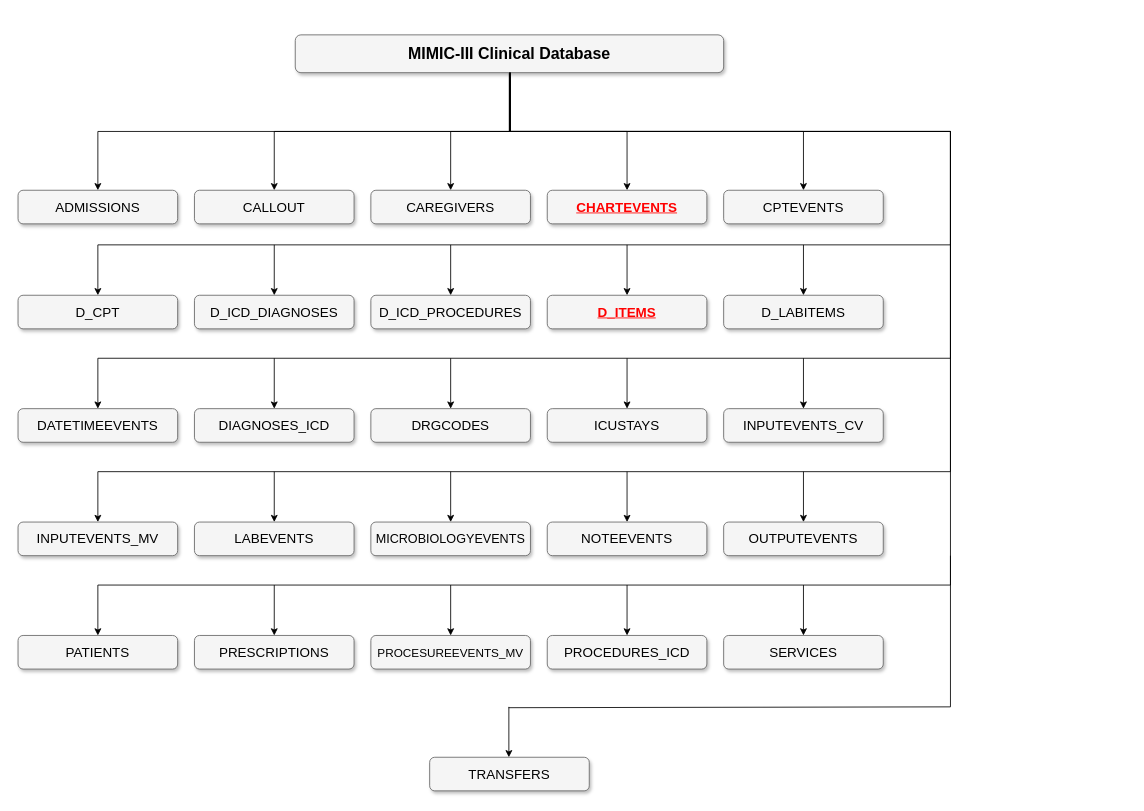
Above: clinical_db.drawio in INll/fyp-graphs (draw.io), before the change. Source tidied: cells renumbered, new cells numbered last; positions are measured from the earlier drawing's top-left corner, leaving out a move shared by most shapes. Both pictures are drawn from the tidied source at 84%, with x=0, y=0 at pixel (18, 34).
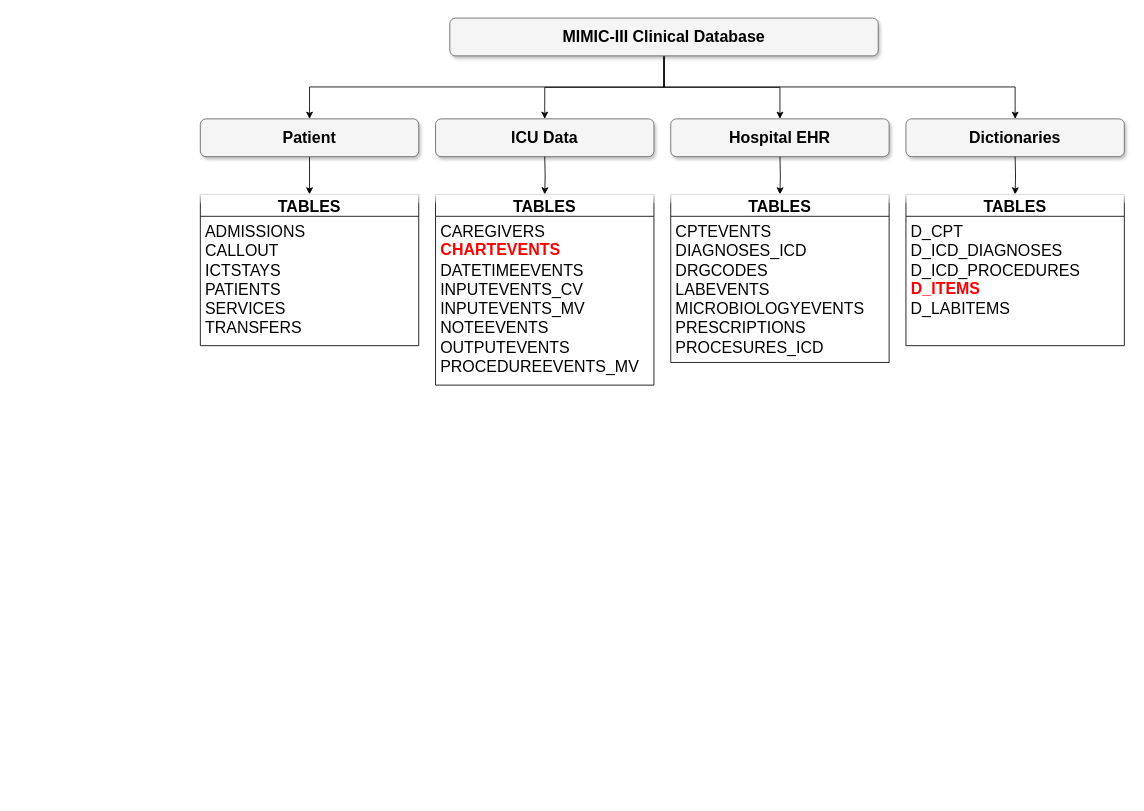
After the change.

What changed in the source:
```diff
@@
-    <mxCell id="2" style="edgeStyle=orthogonalEdgeStyle;rounded=0;jettySize=auto;html=1;entryX=0.5;entryY=0;entryDx=0;entryDy=0;" parent="1" edge="1" source="8" target="11">
-      <mxGeometry relative="1" as="geometry" />
-    </mxCell>
-    <mxCell id="3" style="edgeStyle=orthogonalEdgeStyle;rounded=0;jettySize=auto;html=1;exitX=0.5;exitY=1;exitDx=0;exitDy=0;" parent="1" edge="1" source="8" target="10">
-      <mxGeometry relative="1" as="geometry" />
-    </mxCell>
-    <mxCell id="4" style="edgeStyle=orthogonalEdgeStyle;rounded=0;jettySize=auto;html=1;exitX=0.5;exitY=1;exitDx=0;exitDy=0;" parent="1" edge="1" source="8" target="9">
-      <mxGeometry relative="1" as="geometry" />
-    </mxCell>
-    <mxCell id="5" style="edgeStyle=orthogonalEdgeStyle;rounded=0;jettySize=auto;html=1;exitX=0.5;exitY=1;exitDx=0;exitDy=0;fontSize=19;" parent="1" edge="1" source="8" target="12">
-      <mxGeometry relative="1" as="geometry" />
-    </mxCell>
-    <mxCell id="6" style="edgeStyle=orthogonalEdgeStyle;rounded=0;jettySize=auto;html=1;fontSize=19;" parent="1" edge="1" source="8" target="13">
-      <mxGeometry relative="1" as="geometry" />
-    </mxCell>
-    <mxCell id="7" style="edgeStyle=orthogonalEdgeStyle;rounded=0;jettySize=auto;html=1;entryX=0.5;entryY=0;entryDx=0;entryDy=0;fontSize=19;" parent="1" edge="1" source="8" target="14">
-      <mxGeometry relative="1" as="geometry">
-        <Array as="points">
-          <mxPoint x="586" y="115" />
-          <mxPoint x="1110" y="115" />
-          <mxPoint x="1110" y="250" />
-          <mxPoint x="95" y="250" />
-        </Array>
-      </mxGeometry>
-    </mxCell>
+    <mxCell id="57" style="edgeStyle=orthogonalEdgeStyle;rounded=0;jettySize=auto;html=1;" parent="1" edge="1" source="8" target="63">
+      <mxGeometry relative="1" as="geometry" />
+    </mxCell>
+    <mxCell id="58" style="edgeStyle=orthogonalEdgeStyle;rounded=0;jettySize=auto;html=1;" parent="1" edge="1" source="8" target="62">
+      <mxGeometry relative="1" as="geometry">
+        <Array as="points">
+          <mxPoint x="769" y="62" />
+          <mxPoint x="347" y="62" />
+        </Array>
+      </mxGeometry>
+    </mxCell>
+    <mxCell id="59" style="edgeStyle=orthogonalEdgeStyle;rounded=0;jettySize=auto;html=1;entryX=0.5;entryY=0;entryDx=0;entryDy=0;" parent="1" edge="1" source="8" target="64">
+      <mxGeometry relative="1" as="geometry" />
+    </mxCell>
+    <mxCell id="60" style="edgeStyle=orthogonalEdgeStyle;rounded=0;jettySize=auto;html=1;" parent="1" edge="1" source="8" target="65">
+      <mxGeometry relative="1" as="geometry">
+        <Array as="points">
+          <mxPoint x="769" y="62" />
+          <mxPoint x="1187" y="62" />
+        </Array>
+      </mxGeometry>
+    </mxCell>
     <mxCell id="8" value="&lt;b&gt;&lt;font style=&quot;font-size: 19px;&quot;&gt;MIMIC-III Clinical Database&lt;/font&gt;&lt;/b&gt;" style="whiteSpace=wrap;html=1;rounded=1;shadow=1;strokeWidth=1;fontSize=16;align=center;fillColor=#f5f5f5;strokeColor=#666666;" parent="1" vertex="1">
-      <mxGeometry x="330" width="510" height="45" as="geometry" />
+      <mxGeometry x="514" y="-20" width="510" height="45" as="geometry" />
     </mxCell>
-    <mxCell id="9" value="ADMISSIONS" style="whiteSpace=wrap;html=1;rounded=1;shadow=1;strokeWidth=1;fontSize=16;align=center;fillColor=#f5f5f5;strokeColor=#666666;" parent="1" vertex="1">
-      <mxGeometry y="185" width="190" height="40" as="geometry" />
-    </mxCell>
-    <mxCell id="10" value="CALLOUT" style="whiteSpace=wrap;html=1;rounded=1;shadow=1;strokeWidth=1;fontSize=16;align=center;fillColor=#f5f5f5;strokeColor=#666666;" parent="1" vertex="1">
-      <mxGeometry x="210" y="185" width="190" height="40" as="geometry" />
-    </mxCell>
-    <mxCell id="11" value="CAREGIVERS" style="whiteSpace=wrap;html=1;rounded=1;shadow=1;strokeWidth=1;fontSize=16;align=center;fillColor=#f5f5f5;strokeColor=#666666;" parent="1" vertex="1">
-      <mxGeometry x="420" y="185" width="190" height="40" as="geometry" />
-    </mxCell>
+    <mxCell id="61" style="edgeStyle=orthogonalEdgeStyle;rounded=0;jettySize=auto;html=1;fontSize=19;" parent="1" edge="1" source="62" target="66">
+      <mxGeometry relative="1" as="geometry" />
+    </mxCell>
+    <mxCell id="62" value="&lt;b&gt;&lt;font style=&quot;font-size: 19px;&quot;&gt;Patient&lt;/font&gt;&lt;/b&gt;" style="whiteSpace=wrap;html=1;rounded=1;shadow=1;strokeWidth=1;fontSize=16;align=center;fillColor=#f5f5f5;strokeColor=#666666;" parent="1" vertex="1">
+      <mxGeometry x="217" y="100" width="260" height="45" as="geometry" />
+    </mxCell>
+    <mxCell id="63" value="&lt;b&gt;&lt;font style=&quot;font-size: 19px;&quot;&gt;ICU Data&lt;/font&gt;&lt;/b&gt;" style="whiteSpace=wrap;html=1;rounded=1;shadow=1;strokeWidth=1;fontSize=16;align=center;fillColor=#f5f5f5;strokeColor=#666666;" parent="1" vertex="1">
+      <mxGeometry x="497" y="100" width="260" height="45" as="geometry" />
+    </mxCell>
+    <mxCell id="64" value="&lt;b&gt;&lt;font style=&quot;font-size: 19px;&quot;&gt;Hospital EHR&lt;/font&gt;&lt;/b&gt;" style="whiteSpace=wrap;html=1;rounded=1;shadow=1;strokeWidth=1;fontSize=16;align=center;fillColor=#f5f5f5;strokeColor=#666666;" parent="1" vertex="1">
+      <mxGeometry x="777" y="100" width="260" height="45" as="geometry" />
+    </mxCell>
+    <mxCell id="65" value="&lt;b&gt;&lt;font style=&quot;font-size: 19px;&quot;&gt;Dictionaries&lt;/font&gt;&lt;/b&gt;" style="whiteSpace=wrap;html=1;rounded=1;shadow=1;strokeWidth=1;fontSize=16;align=center;fillColor=#f5f5f5;strokeColor=#666666;" parent="1" vertex="1">
+      <mxGeometry x="1057" y="100" width="260" height="45" as="geometry" />
+    </mxCell>
+    <mxCell id="66" value="TABLES" style="swimlane;fontStyle=1;horizontal=1;startSize=26;align=center;fontSize=19;glass=1;" parent="1" vertex="1">
+      <mxGeometry x="217" y="190" width="260" height="180" as="geometry" />
+    </mxCell>
+    <mxCell id="67" value="ADMISSIONS&#10;CALLOUT&#10;ICTSTAYS&#10;PATIENTS&#10;SERVICES&#10;TRANSFERS&#10;" style="text;strokeColor=none;fillColor=none;spacingLeft=4;spacingRight=4;overflow=hidden;fontSize=19;glass=1;" parent="66" vertex="1">
+      <mxGeometry y="26" width="260" height="154" as="geometry" />
+    </mxCell>
+    <mxCell id="68" style="edgeStyle=orthogonalEdgeStyle;rounded=0;jettySize=auto;html=1;fontSize=19;" parent="1" edge="1" target="69">
+      <mxGeometry relative="1" as="geometry">
+        <mxPoint x="627" y="145" as="sourcePoint" />
+      </mxGeometry>
+    </mxCell>
+    <mxCell id="69" value="TABLES" style="swimlane;fontStyle=1;horizontal=1;startSize=26;align=center;fontSize=19;glass=1;" parent="1" vertex="1">
+      <mxGeometry x="497" y="190" width="260" height="227" as="geometry" />
+    </mxCell>
+    <mxCell id="70" value="CAREGIVERS&#10;&#10;DATETIMEEVENTS&#10;INPUTEVENTS_CV&#10;INPUTEVENTS_MV&#10;NOTEEVENTS&#10;OUTPUTEVENTS&#10;PROCEDUREEVENTS_MV" style="text;strokeColor=none;fillColor=none;spacingLeft=4;spacingRight=4;overflow=hidden;fontSize=19;glass=1;" parent="69" vertex="1">
+      <mxGeometry y="26" width="260" height="201" as="geometry" />
+    </mxCell>
+    <mxCell id="71" style="edgeStyle=orthogonalEdgeStyle;rounded=0;jettySize=auto;html=1;fontSize=19;" parent="1" edge="1" target="72">
+      <mxGeometry relative="1" as="geometry">
+        <mxPoint x="907" y="145" as="sourcePoint" />
+      </mxGeometry>
+    </mxCell>
+    <mxCell id="72" value="TABLES" style="swimlane;fontStyle=1;horizontal=1;startSize=26;align=center;fontSize=19;glass=1;" parent="1" vertex="1">
+      <mxGeometry x="777" y="190" width="260" height="200" as="geometry" />
+    </mxCell>
+    <mxCell id="73" value="CPTEVENTS&#10;DIAGNOSES_ICD&#10;DRGCODES&#10;LABEVENTS&#10;MICROBIOLOGYEVENTS&#10;PRESCRIPTIONS&#10;PROCESURES_ICD" style="text;strokeColor=none;fillColor=none;spacingLeft=4;spacingRight=4;overflow=hidden;fontSize=19;glass=1;" parent="72" vertex="1">
+      <mxGeometry y="26" width="260" height="174" as="geometry" />
+    </mxCell>
+    <mxCell id="74" style="edgeStyle=orthogonalEdgeStyle;rounded=0;jettySize=auto;html=1;fontSize=19;" parent="1" edge="1" target="75">
+      <mxGeometry relative="1" as="geometry">
+        <mxPoint x="1187" y="145" as="sourcePoint" />
+      </mxGeometry>
+    </mxCell>
+    <mxCell id="75" value="TABLES" style="swimlane;fontStyle=1;horizontal=1;startSize=26;align=center;fontSize=19;glass=1;" parent="1" vertex="1">
+      <mxGeometry x="1057" y="190" width="260" height="180" as="geometry" />
+    </mxCell>
+    <mxCell id="76" value="D_CPT&#10;D_ICD_DIAGNOSES&#10;D_ICD_PROCEDURES&#10;&#10;D_LABITEMS" style="text;strokeColor=none;fillColor=none;spacingLeft=4;spacingRight=4;overflow=hidden;fontSize=19;glass=1;fontStyle=0;" parent="75" vertex="1">
+      <mxGeometry y="26" width="260" height="154" as="geometry" />
+    </mxCell>
-    <mxCell id="12" value="CHARTEVENTS" style="whiteSpace=wrap;html=1;rounded=1;shadow=1;strokeWidth=1;fontSize=16;align=center;fillColor=#f5f5f5;strokeColor=#666666;fontStyle=5;fontColor=#FF0000;" parent="1" vertex="1">
-      <mxGeometry x="630" y="185" width="190" height="40" as="geometry" />
+    <mxCell id="12" value="&lt;font color=&quot;#ff0000&quot; style=&quot;font-size: 19px;&quot;&gt;CHARTEVENTS&lt;/font&gt;" style="text;strokeColor=none;fillColor=none;html=1;fontSize=24;fontStyle=1;verticalAlign=middle;align=center;glass=1;" parent="1" vertex="1">
+      <mxGeometry x="524" y="235" width="100" height="40" as="geometry" />
     </mxCell>
-    <mxCell id="13" value="CPTEVENTS" style="whiteSpace=wrap;html=1;rounded=1;shadow=1;strokeWidth=1;fontSize=16;align=center;fillColor=#f5f5f5;strokeColor=#666666;" parent="1" vertex="1">
-      <mxGeometry x="840" y="185" width="190" height="40" as="geometry" />
-    </mxCell>
-    <mxCell id="14" value="D_CPT" style="whiteSpace=wrap;html=1;rounded=1;shadow=1;strokeWidth=1;fontSize=16;align=center;fillColor=#f5f5f5;strokeColor=#666666;" parent="1" vertex="1">
-      <mxGeometry y="310" width="190" height="40" as="geometry" />
-    </mxCell>
-    <mxCell id="15" value="D_ICD_DIAGNOSES" style="whiteSpace=wrap;html=1;rounded=1;shadow=1;strokeWidth=1;fontSize=16;align=center;fillColor=#f5f5f5;strokeColor=#666666;" parent="1" vertex="1">
-      <mxGeometry x="210" y="310" width="190" height="40" as="geometry" />
-    </mxCell>
-    <mxCell id="16" style="endArrow=classic;html=1;rounded=0;fontSize=19;" parent="1" edge="1" target="15">
-      <mxGeometry relative="1" as="geometry">
-        <mxPoint x="305" y="250" as="sourcePoint" />
-      </mxGeometry>
-    </mxCell>
-    <mxCell id="17" value="D_ICD_PROCEDURES" style="whiteSpace=wrap;html=1;rounded=1;shadow=1;strokeWidth=1;fontSize=16;align=center;fillColor=#f5f5f5;strokeColor=#666666;" parent="1" vertex="1">
-      <mxGeometry x="420" y="310" width="190" height="40" as="geometry" />
-    </mxCell>
-    <mxCell id="18" style="endArrow=classic;html=1;rounded=0;fontSize=19;entryX=0.5;entryY=0;entryDx=0;entryDy=0;" parent="1" edge="1" target="17">
-      <mxGeometry relative="1" as="geometry">
-        <mxPoint x="515" y="250" as="sourcePoint" />
-      </mxGeometry>
-    </mxCell>
-    <mxCell id="19" value="D_ITEMS" style="whiteSpace=wrap;html=1;rounded=1;shadow=1;strokeWidth=1;fontSize=16;align=center;fillColor=#f5f5f5;strokeColor=#666666;fontStyle=5;fontColor=#FF0000;" parent="1" vertex="1">
-      <mxGeometry x="630" y="310" width="190" height="40" as="geometry" />
+    <mxCell id="19" value="&lt;font color=&quot;#ff0000&quot; style=&quot;font-size: 19px;&quot;&gt;D_ITEMS&lt;/font&gt;" style="text;strokeColor=none;fillColor=none;html=1;fontSize=24;fontStyle=1;verticalAlign=middle;align=center;glass=1;" parent="1" vertex="1">
+      <mxGeometry x="1054" y="281" width="100" height="40" as="geometry" />
     </mxCell>
-    <mxCell id="20" style="endArrow=classic;html=1;rounded=0;fontSize=19;entryX=0.5;entryY=0;entryDx=0;entryDy=0;" parent="1" edge="1" target="19">
-      <mxGeometry relative="1" as="geometry">
-        <mxPoint x="725" y="250" as="sourcePoint" />
-      </mxGeometry>
-    </mxCell>
-    <mxCell id="21" value="D_LABITEMS" style="whiteSpace=wrap;html=1;rounded=1;shadow=1;strokeWidth=1;fontSize=16;align=center;fillColor=#f5f5f5;strokeColor=#666666;" parent="1" vertex="1">
-      <mxGeometry x="840" y="310" width="190" height="40" as="geometry" />
-    </mxCell>
-    <mxCell id="22" style="endArrow=classic;html=1;rounded=0;fontSize=19;entryX=0.5;entryY=0;entryDx=0;entryDy=0;" parent="1" edge="1" target="21">
-      <mxGeometry relative="1" as="geometry">
-        <mxPoint x="935" y="250" as="sourcePoint" />
-      </mxGeometry>
-    </mxCell>
-    <mxCell id="23" style="edgeStyle=orthogonalEdgeStyle;rounded=0;jettySize=auto;html=1;entryX=0.5;entryY=0;entryDx=0;entryDy=0;fontSize=19;exitX=0.5;exitY=1;exitDx=0;exitDy=0;" parent="1" edge="1" source="8" target="24">
-      <mxGeometry relative="1" as="geometry">
-        <Array as="points">
-          <mxPoint x="586" y="115" />
-          <mxPoint x="1110" y="115" />
-          <mxPoint x="1110" y="385" />
-          <mxPoint x="95" y="385" />
-        </Array>
-      </mxGeometry>
-    </mxCell>
-    <mxCell id="24" value="DATETIMEEVENTS" style="whiteSpace=wrap;html=1;rounded=1;shadow=1;strokeWidth=1;fontSize=16;align=center;fillColor=#f5f5f5;strokeColor=#666666;" parent="1" vertex="1">
-      <mxGeometry y="445" width="190" height="40" as="geometry" />
-    </mxCell>
-    <mxCell id="25" value="DIAGNOSES_ICD" style="whiteSpace=wrap;html=1;rounded=1;shadow=1;strokeWidth=1;fontSize=16;align=center;fillColor=#f5f5f5;strokeColor=#666666;" parent="1" vertex="1">
-      <mxGeometry x="210" y="445" width="190" height="40" as="geometry" />
-    </mxCell>
-    <mxCell id="26" style="endArrow=classic;html=1;rounded=0;fontSize=19;" parent="1" edge="1" target="25">
-      <mxGeometry relative="1" as="geometry">
-        <mxPoint x="305" y="385" as="sourcePoint" />
-      </mxGeometry>
-    </mxCell>
-    <mxCell id="27" value="DRGCODES" style="whiteSpace=wrap;html=1;rounded=1;shadow=1;strokeWidth=1;fontSize=16;align=center;fillColor=#f5f5f5;strokeColor=#666666;" parent="1" vertex="1">
-      <mxGeometry x="420" y="445" width="190" height="40" as="geometry" />
-    </mxCell>
-    <mxCell id="28" style="endArrow=classic;html=1;rounded=0;fontSize=19;entryX=0.5;entryY=0;entryDx=0;entryDy=0;" parent="1" edge="1" target="27">
-      <mxGeometry relative="1" as="geometry">
-        <mxPoint x="515" y="385" as="sourcePoint" />
-      </mxGeometry>
-    </mxCell>
-    <mxCell id="29" value="ICUSTAYS" style="whiteSpace=wrap;html=1;rounded=1;shadow=1;strokeWidth=1;fontSize=16;align=center;fillColor=#f5f5f5;strokeColor=#666666;" parent="1" vertex="1">
-      <mxGeometry x="630" y="445" width="190" height="40" as="geometry" />
-    </mxCell>
-    <mxCell id="30" style="endArrow=classic;html=1;rounded=0;fontSize=19;entryX=0.5;entryY=0;entryDx=0;entryDy=0;" parent="1" edge="1" target="29">
-      <mxGeometry relative="1" as="geometry">
-        <mxPoint x="725" y="385" as="sourcePoint" />
-      </mxGeometry>
-    </mxCell>
-    <mxCell id="31" value="INPUTEVENTS_CV" style="whiteSpace=wrap;html=1;rounded=1;shadow=1;strokeWidth=1;fontSize=16;align=center;fillColor=#f5f5f5;strokeColor=#666666;" parent="1" vertex="1">
-      <mxGeometry x="840" y="445" width="190" height="40" as="geometry" />
-    </mxCell>
-    <mxCell id="32" style="endArrow=classic;html=1;rounded=0;fontSize=19;entryX=0.5;entryY=0;entryDx=0;entryDy=0;" parent="1" edge="1" target="31">
-      <mxGeometry relative="1" as="geometry">
-        <mxPoint x="935" y="385" as="sourcePoint" />
-      </mxGeometry>
-    </mxCell>
-    <mxCell id="33" style="edgeStyle=orthogonalEdgeStyle;rounded=0;jettySize=auto;html=1;entryX=0.5;entryY=0;entryDx=0;entryDy=0;fontSize=19;" parent="1" edge="1" target="34">
-      <mxGeometry relative="1" as="geometry">
-        <mxPoint x="586" y="50" as="sourcePoint" />
-        <Array as="points">
-          <mxPoint x="586" y="115" />
-          <mxPoint x="1110" y="115" />
-          <mxPoint x="1110" y="520" />
-          <mxPoint x="95" y="520" />
-        </Array>
-      </mxGeometry>
-    </mxCell>
-    <mxCell id="34" value="INPUTEVENTS_MV" style="whiteSpace=wrap;html=1;rounded=1;shadow=1;strokeWidth=1;fontSize=16;align=center;fillColor=#f5f5f5;strokeColor=#666666;" parent="1" vertex="1">
-      <mxGeometry y="580" width="190" height="40" as="geometry" />
-    </mxCell>
-    <mxCell id="35" value="LABEVENTS" style="whiteSpace=wrap;html=1;rounded=1;shadow=1;strokeWidth=1;fontSize=16;align=center;fillColor=#f5f5f5;strokeColor=#666666;" parent="1" vertex="1">
-      <mxGeometry x="210" y="580" width="190" height="40" as="geometry" />
-    </mxCell>
-    <mxCell id="36" style="endArrow=classic;html=1;rounded=0;fontSize=19;" parent="1" edge="1" target="35">
-      <mxGeometry relative="1" as="geometry">
-        <mxPoint x="305" y="520" as="sourcePoint" />
-      </mxGeometry>
-    </mxCell>
-    <mxCell id="37" value="&lt;font style=&quot;font-size: 15px;&quot;&gt;MICROBIOLOGYEVENTS&lt;/font&gt;" style="whiteSpace=wrap;html=1;rounded=1;shadow=1;strokeWidth=1;fontSize=16;align=center;fillColor=#f5f5f5;strokeColor=#666666;" parent="1" vertex="1">
-      <mxGeometry x="420" y="580" width="190" height="40" as="geometry" />
-    </mxCell>
-    <mxCell id="38" style="endArrow=classic;html=1;rounded=0;fontSize=19;entryX=0.5;entryY=0;entryDx=0;entryDy=0;" parent="1" edge="1" target="37">
-      <mxGeometry relative="1" as="geometry">
-        <mxPoint x="515" y="520" as="sourcePoint" />
-      </mxGeometry>
-    </mxCell>
-    <mxCell id="39" value="NOTEEVENTS" style="whiteSpace=wrap;html=1;rounded=1;shadow=1;strokeWidth=1;fontSize=16;align=center;fillColor=#f5f5f5;strokeColor=#666666;" parent="1" vertex="1">
-      <mxGeometry x="630" y="580" width="190" height="40" as="geometry" />
-    </mxCell>
-    <mxCell id="40" style="endArrow=classic;html=1;rounded=0;fontSize=19;entryX=0.5;entryY=0;entryDx=0;entryDy=0;" parent="1" edge="1" target="39">
-      <mxGeometry relative="1" as="geometry">
-        <mxPoint x="725" y="520" as="sourcePoint" />
-      </mxGeometry>
-    </mxCell>
-    <mxCell id="41" value="OUTPUTEVENTS" style="whiteSpace=wrap;html=1;rounded=1;shadow=1;strokeWidth=1;fontSize=16;align=center;fillColor=#f5f5f5;strokeColor=#666666;" parent="1" vertex="1">
-      <mxGeometry x="840" y="580" width="190" height="40" as="geometry" />
-    </mxCell>
-    <mxCell id="42" style="endArrow=classic;html=1;rounded=0;fontSize=19;entryX=0.5;entryY=0;entryDx=0;entryDy=0;" parent="1" edge="1" target="41">
-      <mxGeometry relative="1" as="geometry">
-        <mxPoint x="935" y="520" as="sourcePoint" />
-      </mxGeometry>
-    </mxCell>
-    <mxCell id="43" style="edgeStyle=orthogonalEdgeStyle;rounded=0;jettySize=auto;html=1;entryX=0.5;entryY=0;entryDx=0;entryDy=0;fontSize=19;exitX=0.5;exitY=1;exitDx=0;exitDy=0;" parent="1" edge="1" source="8" target="44">
-      <mxGeometry relative="1" as="geometry">
-        <Array as="points">
-          <mxPoint x="586" y="115" />
-          <mxPoint x="1110" y="115" />
-          <mxPoint x="1110" y="655" />
-          <mxPoint x="95" y="655" />
-        </Array>
-      </mxGeometry>
-    </mxCell>
-    <mxCell id="44" value="PATIENTS" style="whiteSpace=wrap;html=1;rounded=1;shadow=1;strokeWidth=1;fontSize=16;align=center;fillColor=#f5f5f5;strokeColor=#666666;" parent="1" vertex="1">
-      <mxGeometry y="715" width="190" height="40" as="geometry" />
-    </mxCell>
-    <mxCell id="45" value="PRESCRIPTIONS" style="whiteSpace=wrap;html=1;rounded=1;shadow=1;strokeWidth=1;fontSize=16;align=center;fillColor=#f5f5f5;strokeColor=#666666;" parent="1" vertex="1">
-      <mxGeometry x="210" y="715" width="190" height="40" as="geometry" />
-    </mxCell>
-    <mxCell id="46" style="endArrow=classic;html=1;rounded=0;fontSize=19;" parent="1" edge="1" target="45">
-      <mxGeometry relative="1" as="geometry">
-        <mxPoint x="305" y="655" as="sourcePoint" />
-      </mxGeometry>
-    </mxCell>
-    <mxCell id="47" value="&lt;font style=&quot;font-size: 14px;&quot;&gt;PROCESUREEVENTS_MV&lt;/font&gt;" style="whiteSpace=wrap;html=1;rounded=1;shadow=1;strokeWidth=1;fontSize=16;align=center;fillColor=#f5f5f5;strokeColor=#666666;" parent="1" vertex="1">
-      <mxGeometry x="420" y="715" width="190" height="40" as="geometry" />
-    </mxCell>
-    <mxCell id="48" style="endArrow=classic;html=1;rounded=0;fontSize=19;entryX=0.5;entryY=0;entryDx=0;entryDy=0;" parent="1" edge="1" target="47">
-      <mxGeometry relative="1" as="geometry">
-        <mxPoint x="515" y="655" as="sourcePoint" />
-      </mxGeometry>
-    </mxCell>
-    <mxCell id="49" value="PROCEDURES_ICD" style="whiteSpace=wrap;html=1;rounded=1;shadow=1;strokeWidth=1;fontSize=16;align=center;fillColor=#f5f5f5;strokeColor=#666666;" parent="1" vertex="1">
-      <mxGeometry x="630" y="715" width="190" height="40" as="geometry" />
-    </mxCell>
-    <mxCell id="50" style="endArrow=classic;html=1;rounded=0;fontSize=19;entryX=0.5;entryY=0;entryDx=0;entryDy=0;" parent="1" edge="1" target="49">
-      <mxGeometry relative="1" as="geometry">
-        <mxPoint x="725" y="655" as="sourcePoint" />
-      </mxGeometry>
-    </mxCell>
-    <mxCell id="51" value="SERVICES" style="whiteSpace=wrap;html=1;rounded=1;shadow=1;strokeWidth=1;fontSize=16;align=center;fillColor=#f5f5f5;strokeColor=#666666;" parent="1" vertex="1">
-      <mxGeometry x="840" y="715" width="190" height="40" as="geometry" />
-    </mxCell>
-    <mxCell id="52" style="endArrow=classic;html=1;rounded=0;fontSize=19;entryX=0.5;entryY=0;entryDx=0;entryDy=0;" parent="1" edge="1" target="51">
-      <mxGeometry relative="1" as="geometry">
-        <mxPoint x="935" y="655" as="sourcePoint" />
-      </mxGeometry>
-    </mxCell>
-    <mxCell id="53" value="TRANSFERS" style="whiteSpace=wrap;html=1;rounded=1;shadow=1;strokeWidth=1;fontSize=16;align=center;fillColor=#f5f5f5;strokeColor=#666666;" parent="1" vertex="1">
-      <mxGeometry x="490" y="860" width="190" height="40" as="geometry" />
-    </mxCell>
-    <mxCell id="54" style="endArrow=classic;html=1;rounded=0;fontSize=19;entryX=0.5;entryY=0;entryDx=0;entryDy=0;" parent="1" edge="1">
-      <mxGeometry relative="1" as="geometry">
-        <mxPoint x="584.3" y="800" as="sourcePoint" />
-        <mxPoint x="584.3" y="860" as="targetPoint" />
-      </mxGeometry>
-    </mxCell>
-    <mxCell id="55" style="endArrow=none;html=1;rounded=0;fontSize=14;fontColor=#FF0000;" parent="1" edge="1">
-      <mxGeometry relative="1" as="geometry">
-        <mxPoint x="584" y="801" as="sourcePoint" />
-        <mxPoint x="1110" y="800" as="targetPoint" />
-      </mxGeometry>
-    </mxCell>
-    <mxCell id="56" style="endArrow=none;html=1;rounded=0;fontSize=14;fontColor=#FF0000;" parent="1" edge="1">
-      <mxGeometry relative="1" as="geometry">
-        <mxPoint x="1110" y="800" as="sourcePoint" />
-        <mxPoint x="1110" y="620" as="targetPoint" />
-      </mxGeometry>
-    </mxCell>
```
